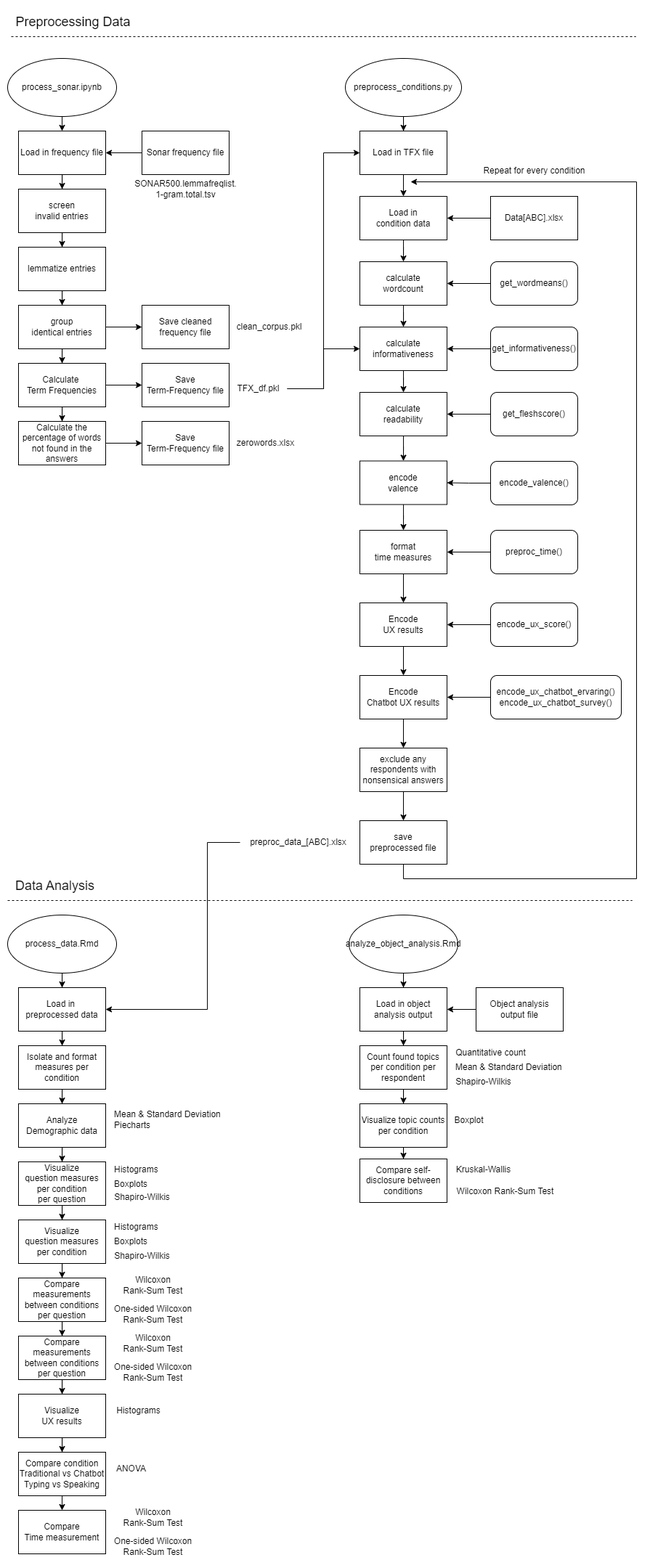
Earlier version of the draw.io export Flowchart_Validators.png (Goblok0/Validators). Source tidied: cells renumbered, new cells last; positions are measured from the earlier drawing's top-left corner, leaving out a move shared by most shapes.
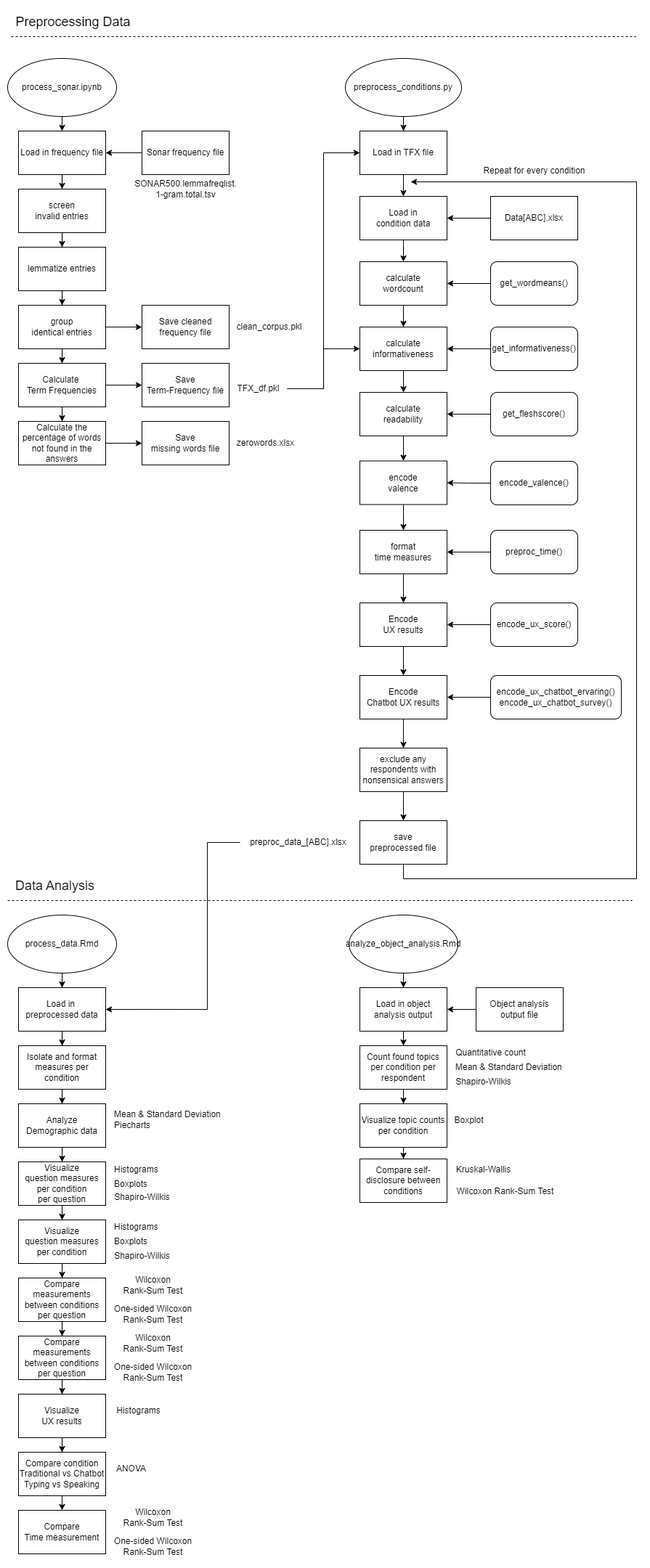
Later version of the same file.

Change to the diagram source:
```diff
@@ -104,7 +104,7 @@
     <mxCell id="35" value="Save &lt;br&gt;Term-Frequency file" style="rounded=0;whiteSpace=wrap;html=1;" parent="1" vertex="1">
       <mxGeometry x="185" y="490" width="120" height="60" as="geometry" />
     </mxCell>
-    <mxCell id="36" value="Save &lt;br&gt;Term-Frequency file" style="rounded=0;whiteSpace=wrap;html=1;" parent="1" vertex="1">
+    <mxCell id="36" value="Save &lt;br&gt;missing words file" style="rounded=0;whiteSpace=wrap;html=1;" parent="1" vertex="1">
       <mxGeometry x="185" y="570" width="120" height="60" as="geometry" />
     </mxCell>
     <mxCell id="37" style="edgeStyle=orthogonalEdgeStyle;rounded=0;jettySize=auto;html=1;entryX=1;entryY=0.5;entryDx=0;entryDy=0;" parent="1" edge="1" source="38" target="5">
```
